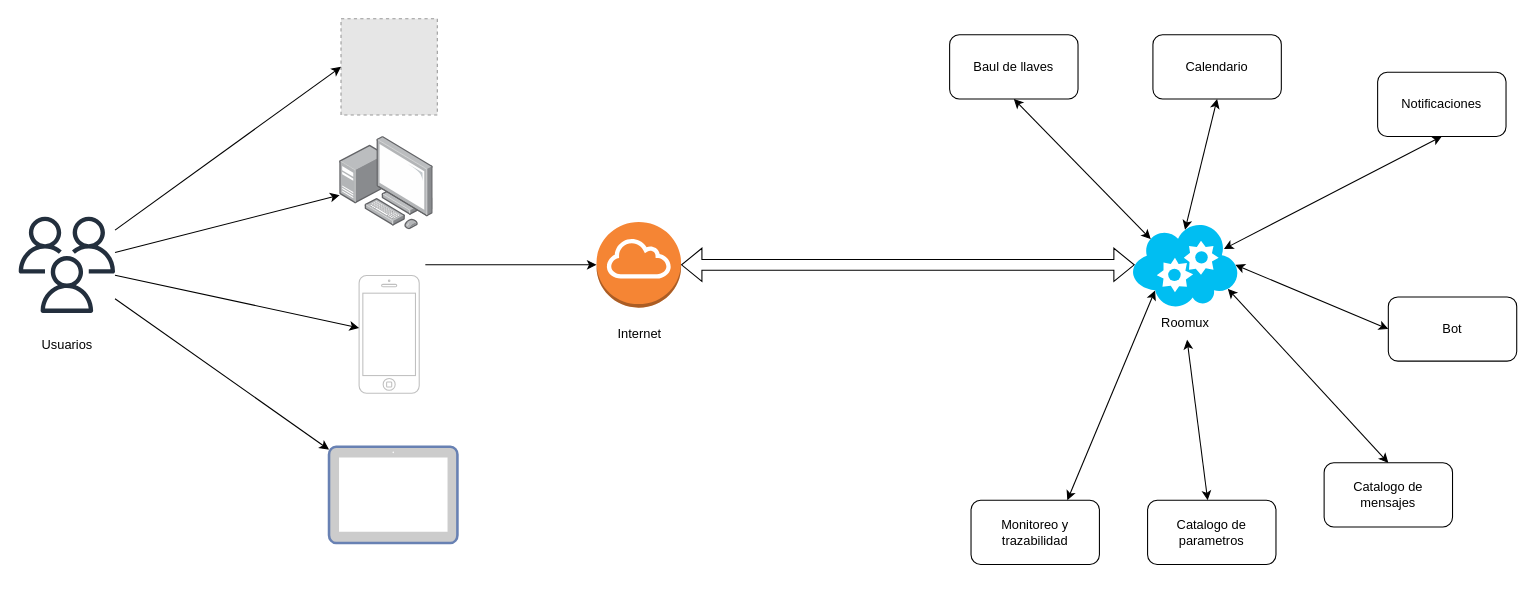
This is Diagrama de Contexto Roomux.drawio from alejoDev117/IngenieriaDeSoftwareIIDocumentacion, a draw.io file, before an edit. Source tidied: cells renumbered, new cells numbered last; positions are measured from the earlier drawing's top-left corner, leaving out a move shared by most shapes. Both pictures are drawn from the tidied source at 107%, with x=0, y=0 at pixel (18, 18). Pictures stored in the file or linked from it are replaced by grey dashed boxes.
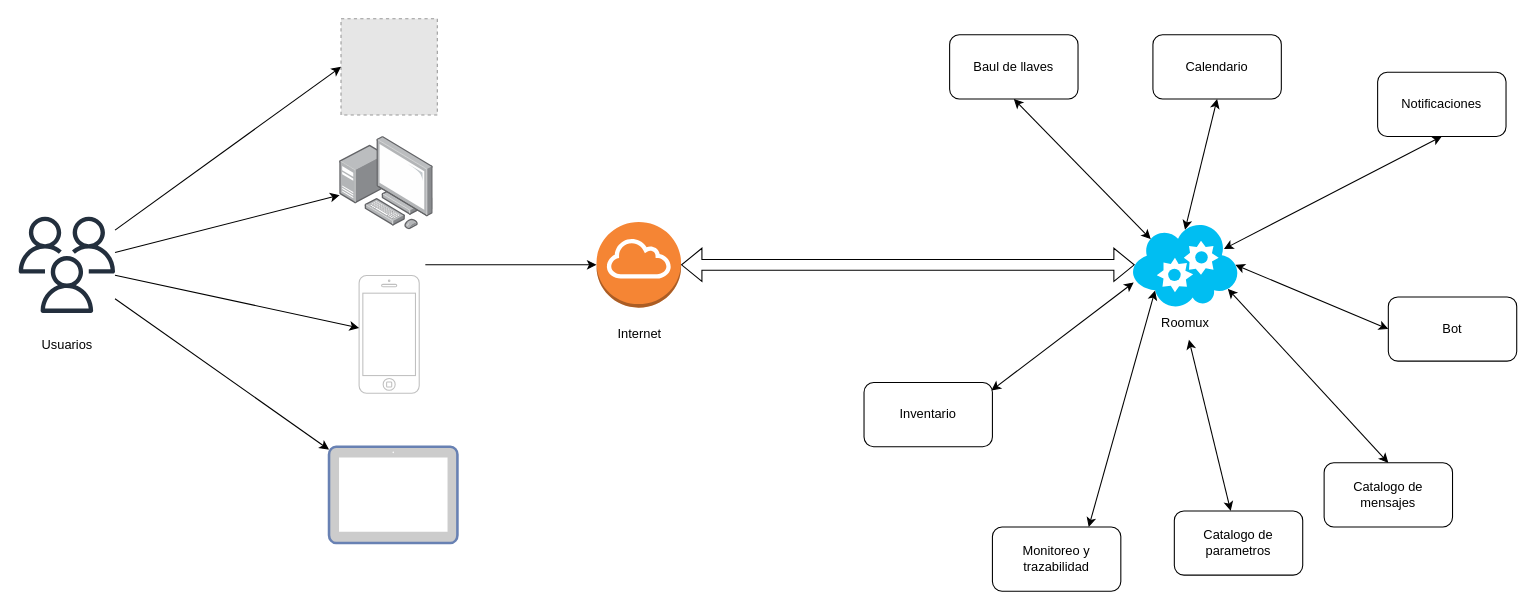
The same diagram, later.

Unchanged cells that the change refers to:
```xml
<mxCell id="15" style="verticalLabelPosition=bottom;html=1;verticalAlign=top;align=center;strokeColor=none;fillColor=#00BEF2;shape=mxgraph.azure.cloud_service;" parent="1" vertex="1">
  <mxGeometry x="1040" y="190" width="100" height="80" as="geometry" />
</mxCell>
```

Change to the diagram source:
```diff
@@
     <mxCell id="20" value="Catalogo de parametros" style="rounded=1;whiteSpace=wrap;html=1;" parent="1" vertex="1">
-      <mxGeometry x="1055" y="450" width="120" height="60" as="geometry" />
+      <mxGeometry x="1080" y="460" width="120" height="60" as="geometry" />
     </mxCell>
@@
     <mxCell id="28" value="Monitoreo y trazabilidad" style="rounded=1;whiteSpace=wrap;html=1;" parent="1" vertex="1">
-      <mxGeometry x="890" y="450" width="120" height="60" as="geometry" />
+      <mxGeometry x="910" y="475" width="120" height="60" as="geometry" />
     </mxCell>
@@
+    <mxCell id="32" value="Inventario" style="rounded=1;whiteSpace=wrap;html=1;" parent="1" vertex="1">
+      <mxGeometry x="790" y="340" width="120" height="60" as="geometry" />
+    </mxCell>
+    <mxCell id="33" style="endArrow=classic;startArrow=classic;html=1;rounded=0;entryX=0.021;entryY=0.705;entryDx=0;entryDy=0;entryPerimeter=0;exitX=0.992;exitY=0.124;exitDx=0;exitDy=0;exitPerimeter=0;" parent="1" edge="1" source="32" target="15">
+      <mxGeometry relative="1" as="geometry" />
+    </mxCell>
```
